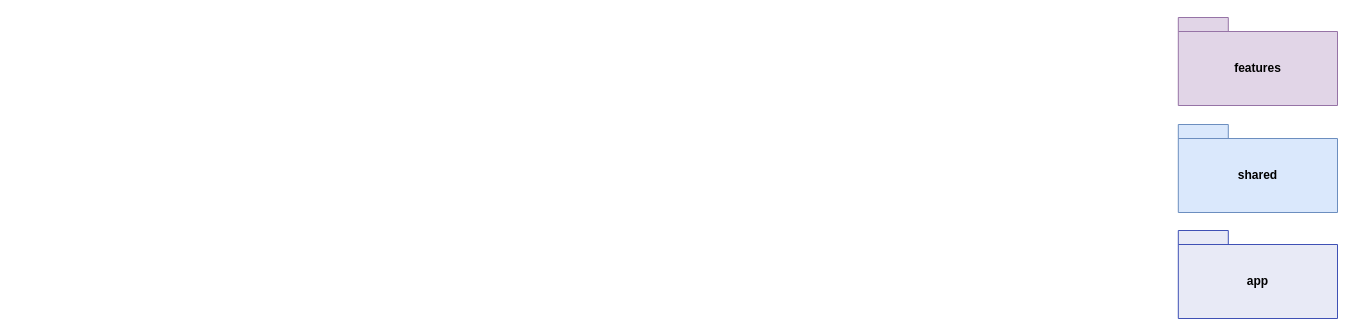
Earlier version of the draw.io diagram uml/package_frontend.drawio (hygef-v4/AI-Powered-Learning-Platform). Source tidied: cells renumbered, new cells numbered last; positions are measured from the earlier drawing's top-left corner, leaving out a move shared by most shapes. Both pictures are drawn from the tidied source at 100%, with x=0, y=0 at pixel (1178, 17).
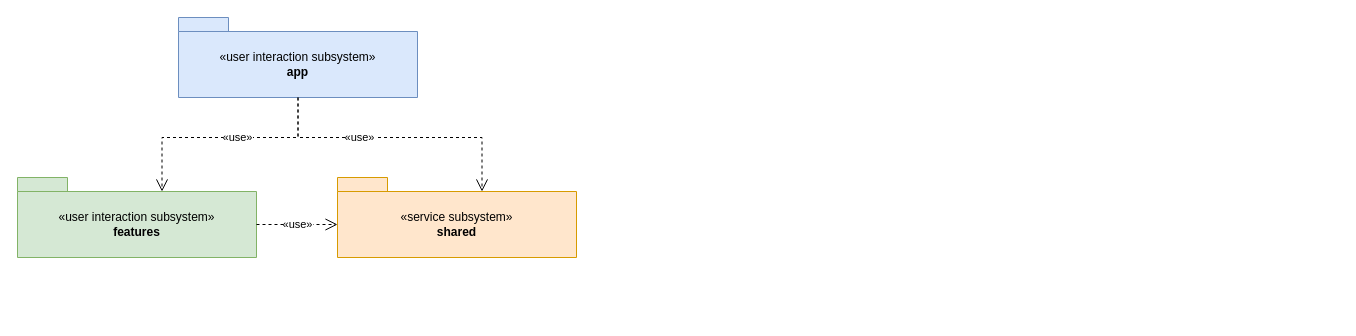
The same page after the edit.

Commit message (it also covers changes not shown here):
docs(uml): update package diagrams and ignore team DB key

Diff of the diagram source:
```diff
@@
 <mxGraphModel>
   <root>
     <mxCell id="0" />
     <mxCell id="1" parent="0" />
-    <mxCell id="2" value="&lt;b&gt;shared&lt;/b&gt;" style="fillColor=#DAE8FC;strokeColor=#6C8EBF;shape=folder;tabWidth=50;tabHeight=14;tabPosition=left;html=1;whiteSpace=wrap;verticalAlign=middle;align=center;spacingTop=14;" parent="1" vertex="1">
-      <mxGeometry x="-0.2" y="107" width="159.2" height="88" as="geometry" />
-    </mxCell>
-    <mxCell id="3" value="&lt;b&gt;features&lt;/b&gt;" style="fillColor=#E1D5E7;strokeColor=#9673A6;shape=folder;tabWidth=50;tabHeight=14;tabPosition=left;html=1;whiteSpace=wrap;verticalAlign=middle;align=center;spacingTop=14;" parent="1" vertex="1">
-      <mxGeometry x="-0.2" width="159.2" height="88" as="geometry" />
-    </mxCell>
-    <mxCell id="4" value="&lt;b&gt;app&lt;/b&gt;" style="fillColor=#E8EAF6;strokeColor=#3F51B5;shape=folder;tabWidth=50;tabHeight=14;tabPosition=left;html=1;whiteSpace=wrap;verticalAlign=middle;align=center;spacingTop=14;" parent="1" vertex="1">
-      <mxGeometry x="-0.2" y="213" width="159.2" height="88" as="geometry" />
-    </mxCell>
+    <mxCell id="5" value="«user interaction subsystem»&lt;br&gt;&lt;b&gt;app&lt;/b&gt;" style="fillColor=#DAE8FC;strokeColor=#6C8EBF;shape=folder;tabWidth=50;tabHeight=14;tabPosition=left;html=1;whiteSpace=wrap;verticalAlign=middle;align=center;spacingTop=14;" parent="1" vertex="1">
+      <mxGeometry x="-1000" width="239" height="80" as="geometry" />
+    </mxCell>
+    <mxCell id="6" value="«user interaction subsystem»&lt;br&gt;&lt;b&gt;features&lt;/b&gt;" style="fillColor=#D5E8D4;strokeColor=#82B366;shape=folder;tabWidth=50;tabHeight=14;tabPosition=left;html=1;whiteSpace=wrap;verticalAlign=middle;align=center;spacingTop=14;" parent="1" vertex="1">
+      <mxGeometry x="-1161" y="160" width="239" height="80" as="geometry" />
+    </mxCell>
+    <mxCell id="7" value="«service subsystem»&lt;br&gt;&lt;b&gt;shared&lt;/b&gt;" style="fillColor=#FFE6CC;strokeColor=#D79B00;shape=folder;tabWidth=50;tabHeight=14;tabPosition=left;html=1;whiteSpace=wrap;verticalAlign=middle;align=center;spacingTop=14;" parent="1" vertex="1">
+      <mxGeometry x="-841" y="160" width="239" height="80" as="geometry" />
+    </mxCell>
+    <mxCell id="8" value="«use»" style="html=1;rounded=0;fontSize=11;labelBackgroundColor=#ffffff;jumpStyle=arc;jumpSize=6;endSize=10;startSize=10;endArrow=open;endFill=0;dashed=1;exitX=0.5;exitY=1;exitDx=0;exitDy=0;exitPerimeter=0;entryX=0;entryY=0;entryDx=144.5;entryDy=14;entryPerimeter=0;edgeStyle=orthogonalEdgeStyle;" parent="1" edge="1" source="5" target="6">
+      <mxGeometry x="-0.13" relative="1" as="geometry">
+        <mxPoint x="-1" as="offset" />
+      </mxGeometry>
+    </mxCell>
+    <mxCell id="9" value="«use»" style="html=1;rounded=0;fontSize=11;labelBackgroundColor=#ffffff;jumpStyle=arc;jumpSize=6;endSize=10;startSize=10;endArrow=open;endFill=0;dashed=1;exitX=0.5;exitY=1;exitDx=0;exitDy=0;exitPerimeter=0;entryX=0;entryY=0;entryDx=144.5;entryDy=14;entryPerimeter=0;edgeStyle=orthogonalEdgeStyle;" parent="1" edge="1" source="5" target="7">
+      <mxGeometry x="-0.28" relative="1" as="geometry">
+        <mxPoint x="1" as="offset" />
+      </mxGeometry>
+    </mxCell>
+    <mxCell id="10" value="«use»" style="html=1;rounded=0;fontSize=11;labelBackgroundColor=#ffffff;jumpStyle=arc;jumpSize=6;endSize=10;startSize=10;endArrow=open;endFill=0;dashed=1;exitX=0;exitY=0;exitDx=239;exitDy=47;exitPerimeter=0;entryX=0;entryY=0;entryDx=0;entryDy=47;entryPerimeter=0;edgeStyle=orthogonalEdgeStyle;" parent="1" edge="1" source="6" target="7">
+      <mxGeometry x="0.01" relative="1" as="geometry" />
+    </mxCell>
   </root>
 </mxGraphModel>
```
